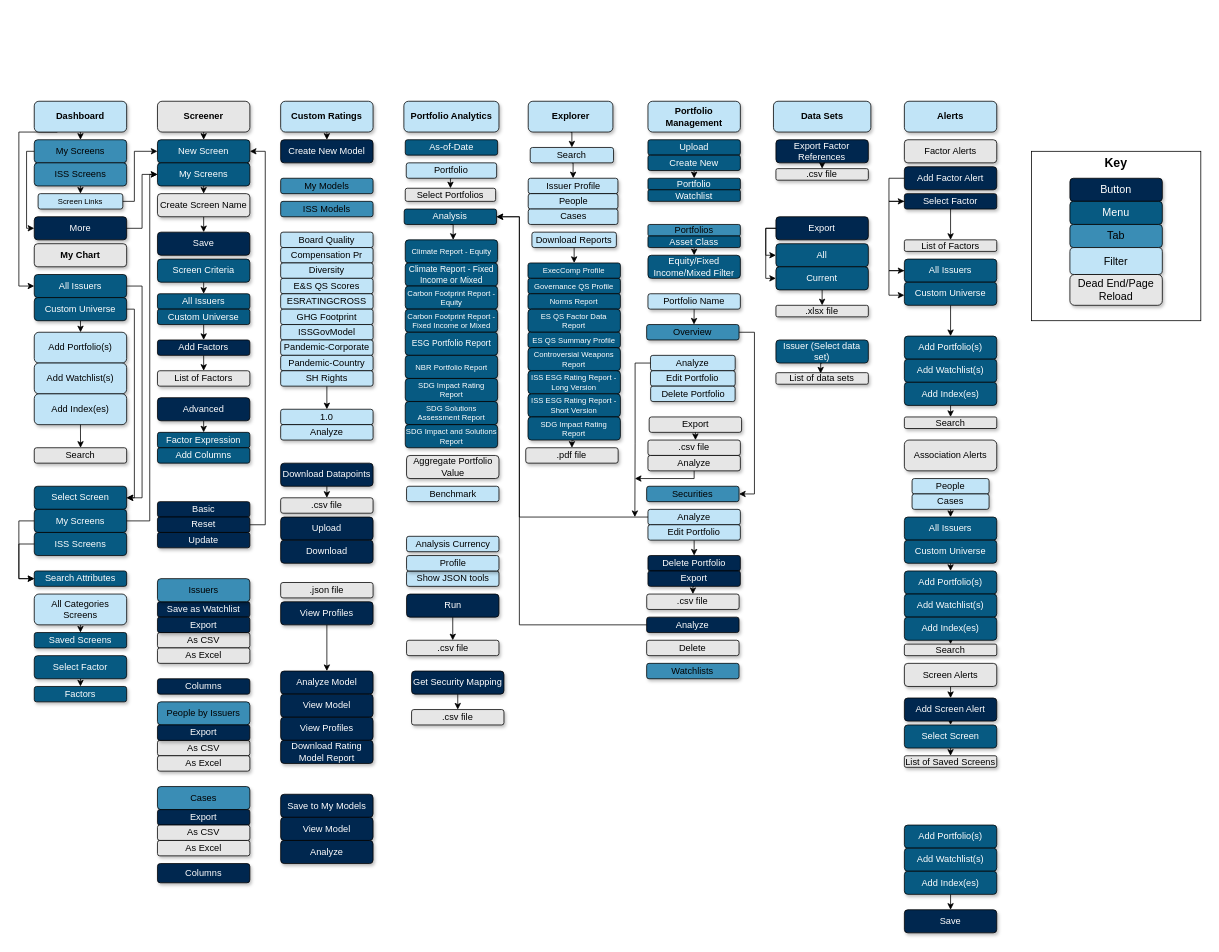
Before: DD_ObsoleteMetadata/DataDeskSitemap.drawio in slingshotdancu/slingshotdancu.github.io, a draw.io diagram. Source tidied: cells renumbered, new cells numbered last; positions are measured from the earlier drawing's top-left corner, leaving out a move shared by most shapes. Both pictures are drawn from the tidied source at 77%, with x=0, y=0 at pixel (18, 101).
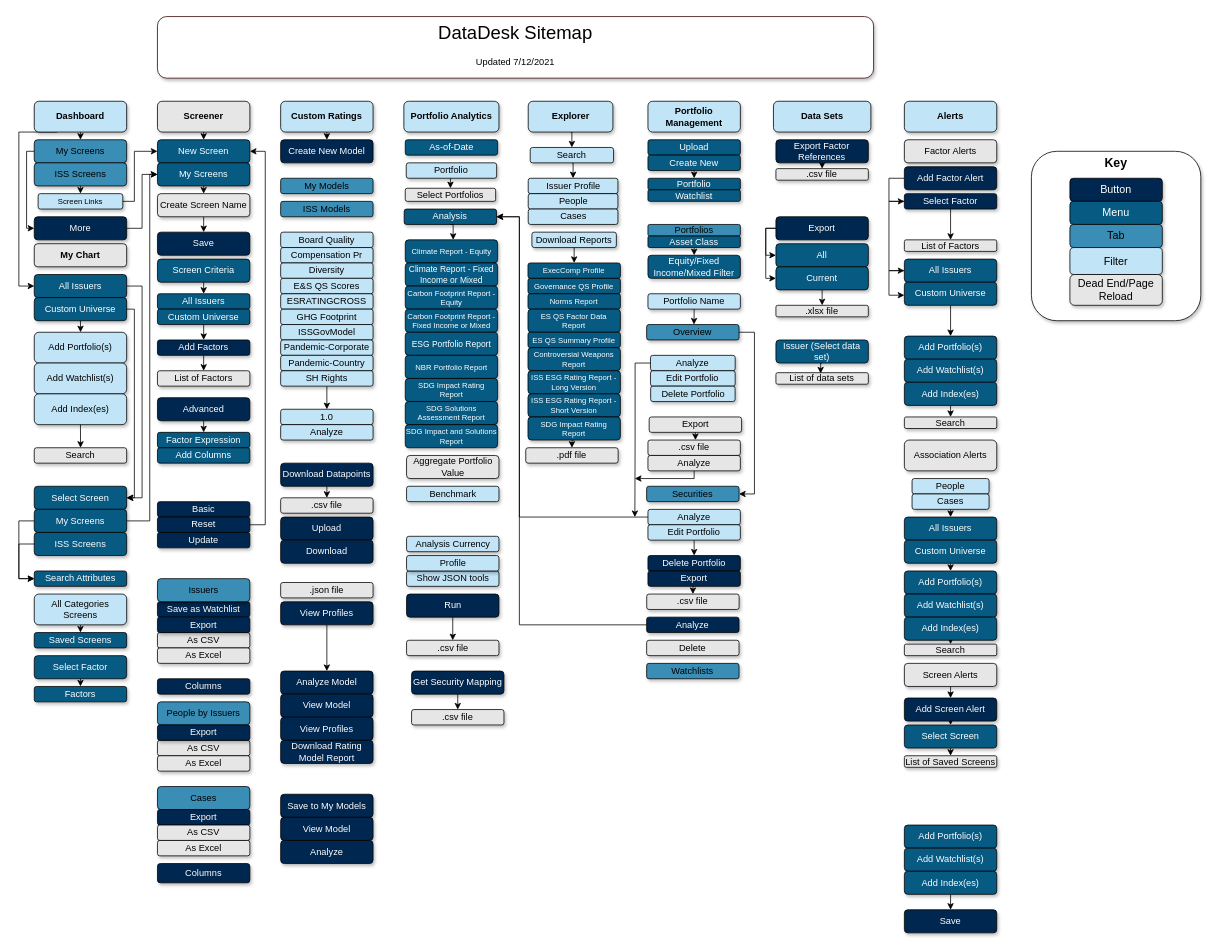
The same page after the edit.

What changed in the source:
```diff
@@
-    <mxCell id="2" style="whiteSpace=wrap;html=1;fontSize=14;" parent="1" vertex="1">
+    <mxCell id="2" style="whiteSpace=wrap;html=1;fontSize=14;shadow=1;rounded=1;" parent="1" vertex="1">
       <mxGeometry x="1315" y="65" width="220" height="220" as="geometry" />
     </mxCell>
@@
+    <mxCell id="262" style="group;" parent="1" vertex="1">
+      <mxGeometry x="180" y="-110" width="930" height="80" as="geometry" />
+    </mxCell>
+    <mxCell id="263" value="&lt;font style=&quot;font-weight: normal ; font-size: 24px&quot;&gt;DataDesk Sitemap&lt;/font&gt;" style="rounded=1;whiteSpace=wrap;html=1;fontSize=20;fontStyle=1;horizontal=1;verticalAlign=top;strokeWidth=1;strokeColor=#330000;shadow=1;" parent="262" vertex="1">
+      <mxGeometry width="930" height="80" as="geometry" />
+    </mxCell>
+    <mxCell id="264" value="Updated 7/12/2021" style="text;html=1;strokeColor=none;fillColor=none;align=center;verticalAlign=middle;whiteSpace=wrap;rounded=0;shadow=1;fontSize=12;" parent="262" vertex="1">
+      <mxGeometry x="383" y="50" width="164" height="20" as="geometry" />
+    </mxCell>
```
